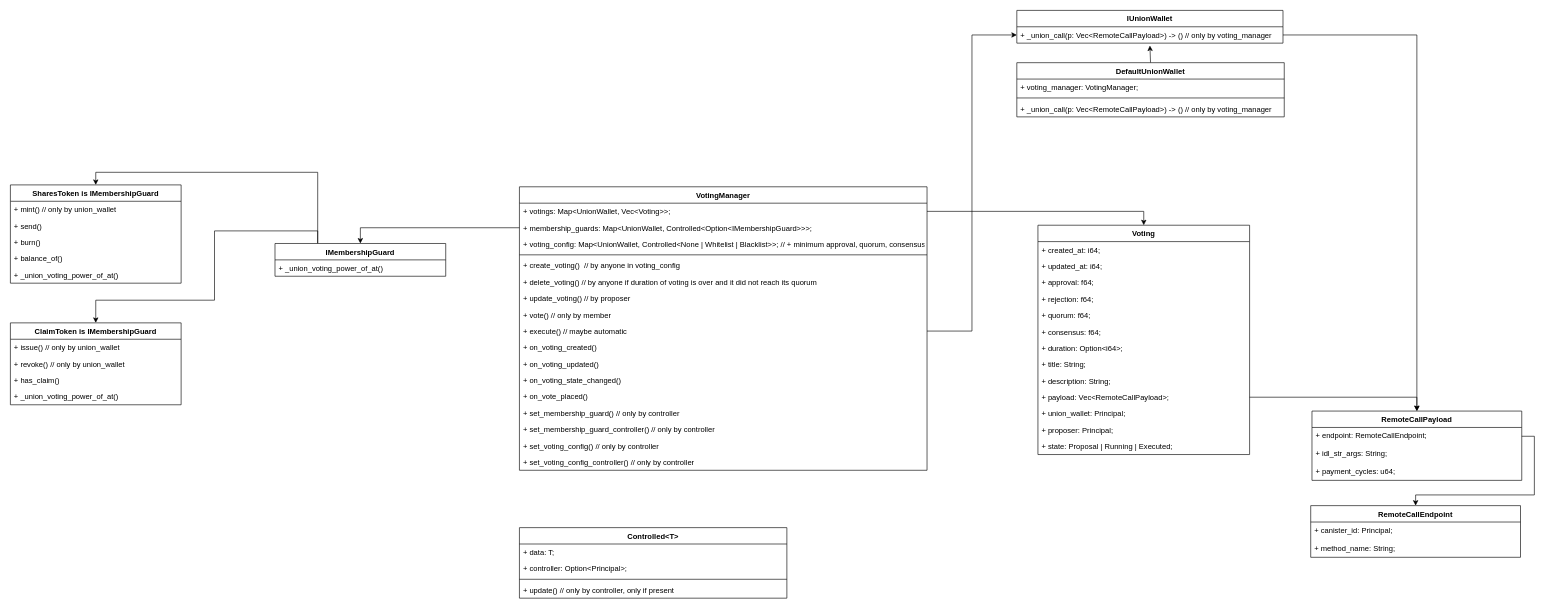
The draw.io diagram Union.drawio in seniorjoinu/union-old, before the edit. Source tidied: cells renumbered, new cells numbered last; positions are measured from the earlier drawing's top-left corner, leaving out a move shared by most shapes. Both pictures are drawn from the tidied source at 63%, with x=0, y=0 at pixel (10, 10).
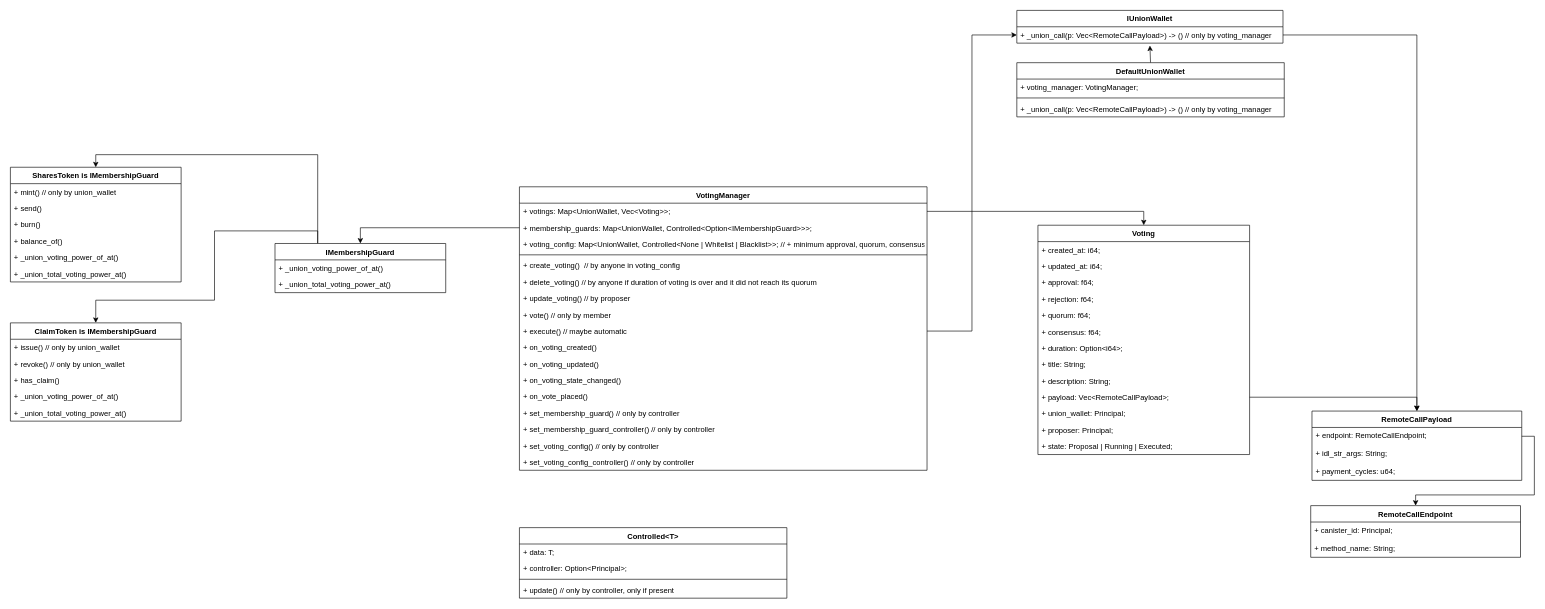
Above is the later version.

What changed in the source:
```diff
@@
     <mxCell id="18" value="IMembershipGuard" style="swimlane;fontStyle=1;align=center;verticalAlign=top;horizontal=1;startSize=26;" parent="1" vertex="1">
-      <mxGeometry x="420" y="370" width="271" height="52" as="geometry" />
+      <mxGeometry x="420" y="370" width="271" height="78" as="geometry" />
     </mxCell>
@@
+    <mxCell id="74" value="+ _union_total_voting_power_at()" style="text;strokeColor=none;fillColor=none;align=left;verticalAlign=top;spacingLeft=4;spacingRight=4;overflow=hidden;" parent="18" vertex="1">
+      <mxGeometry y="52" width="271" height="26" as="geometry" />
+    </mxCell>
@@
     <mxCell id="52" value="SharesToken is IMembershipGuard" style="swimlane;fontStyle=1;align=center;verticalAlign=top;horizontal=1;startSize=26;" parent="1" vertex="1">
-      <mxGeometry y="277" width="271" height="156" as="geometry" />
+      <mxGeometry y="249" width="271" height="182" as="geometry" />
     </mxCell>
@@
+    <mxCell id="75" value="+ _union_total_voting_power_at()" style="text;strokeColor=none;fillColor=none;align=left;verticalAlign=top;spacingLeft=4;spacingRight=4;overflow=hidden;" parent="52" vertex="1">
+      <mxGeometry y="156" width="271" height="26" as="geometry" />
+    </mxCell>
     <mxCell id="58" value="ClaimToken is IMembershipGuard" style="swimlane;fontStyle=1;align=center;verticalAlign=top;horizontal=1;startSize=26;" parent="1" vertex="1">
-      <mxGeometry y="496" width="271" height="130" as="geometry" />
+      <mxGeometry y="496" width="271" height="156" as="geometry" />
     </mxCell>
@@
+    <mxCell id="76" value="+ _union_total_voting_power_at()" style="text;strokeColor=none;fillColor=none;align=left;verticalAlign=top;spacingLeft=4;spacingRight=4;overflow=hidden;" parent="58" vertex="1">
+      <mxGeometry y="130" width="271" height="26" as="geometry" />
+    </mxCell>
```
